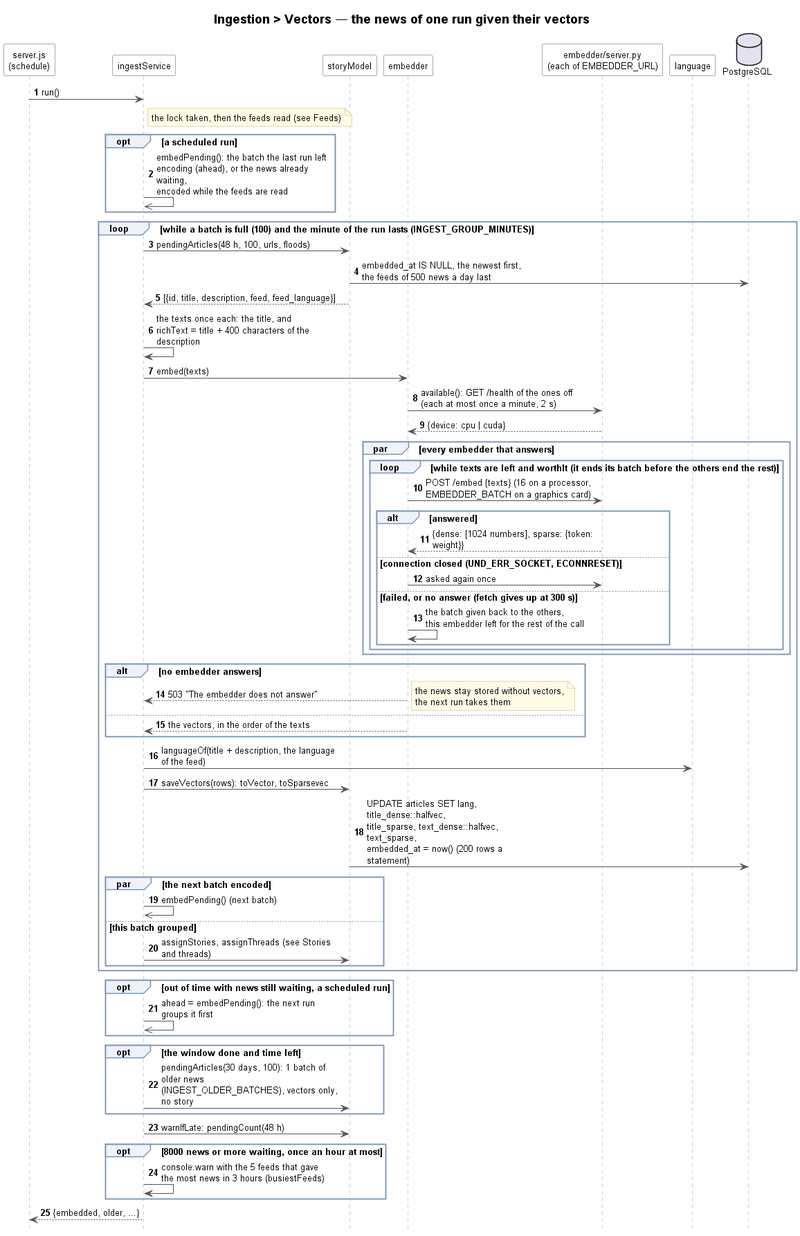
TPI2026-NewsGenerator/NewsGenerator-Backend keeps this PlantUML diagram as docs/ingestion/vectors/ingestion-vectors-sequence.png. Above is the earlier version.
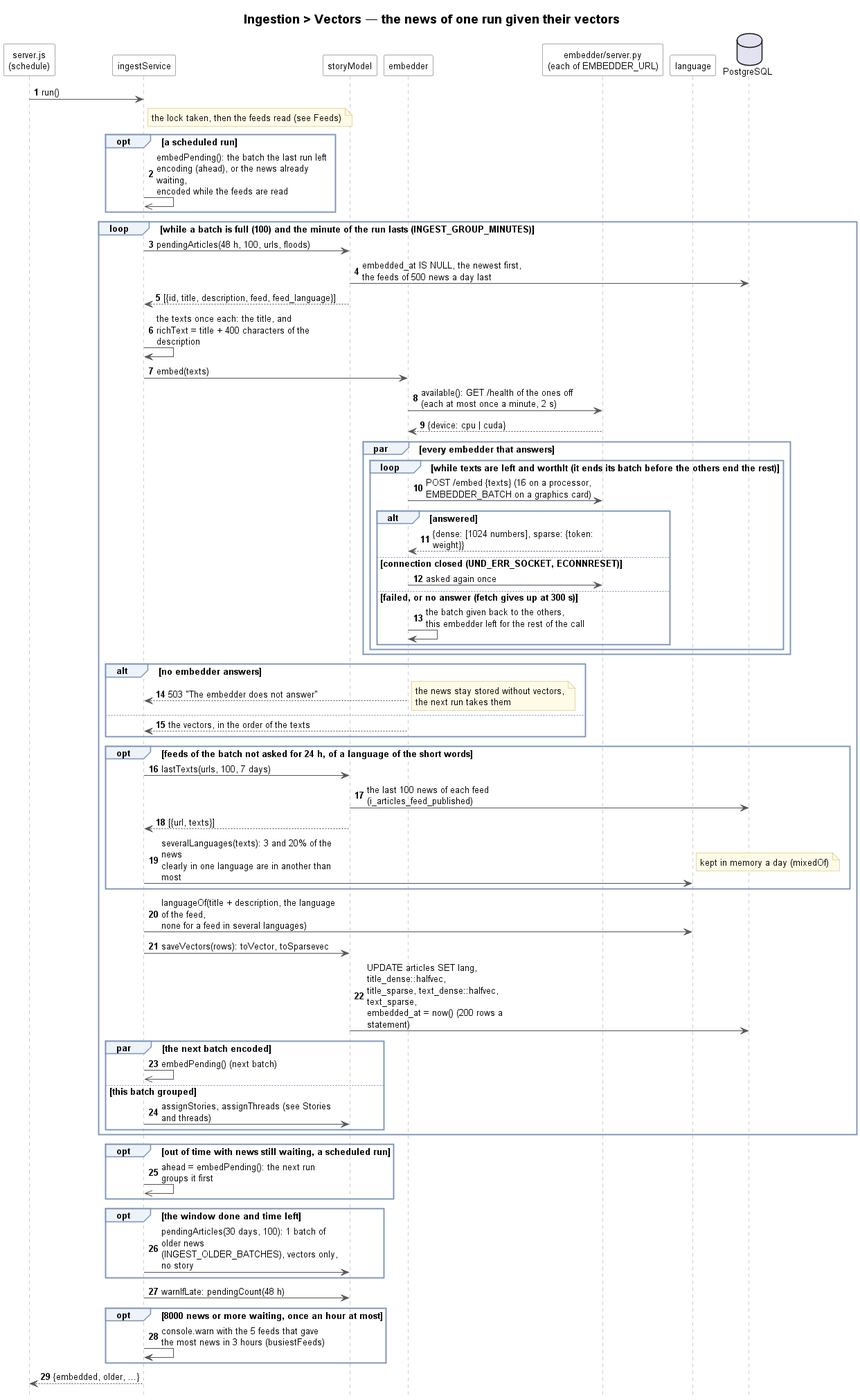
The same diagram one commit later.

Commit message:
News of a feed in several languages told by their own words

The edit, as a diff of the source:
```diff
@@ -41,7 +41,14 @@
     else
         Embedder --> Ingest : the vectors, in the order of the texts
     end
-    Ingest -> Lang : languageOf(title + description, the language of the feed)
+    opt feeds of the batch not asked for 24 h, of a language of the short words
+        Ingest -> StoryModel : lastTexts(urls, 100, 7 days)
+        StoryModel -> DB : the last 100 news of each feed (i_articles_feed_published)
+        StoryModel --> Ingest : [{url, texts}]
+        Ingest -> Lang : severalLanguages(texts): 3 and 20% of the news\nclearly in one language are in another than most
+        note right : kept in memory a day (mixedOf)
+    end
+    Ingest -> Lang : languageOf(title + description, the language of the feed,\nnone for a feed in several languages)
     Ingest -> StoryModel : saveVectors(rows): toVector, toSparsevec
     StoryModel -> DB : UPDATE articles SET lang, title_dense::halfvec,\ntitle_sparse, text_dense::halfvec, text_sparse,\nembedded_at = now() (200 rows a statement)
     par the next batch encoded
```
